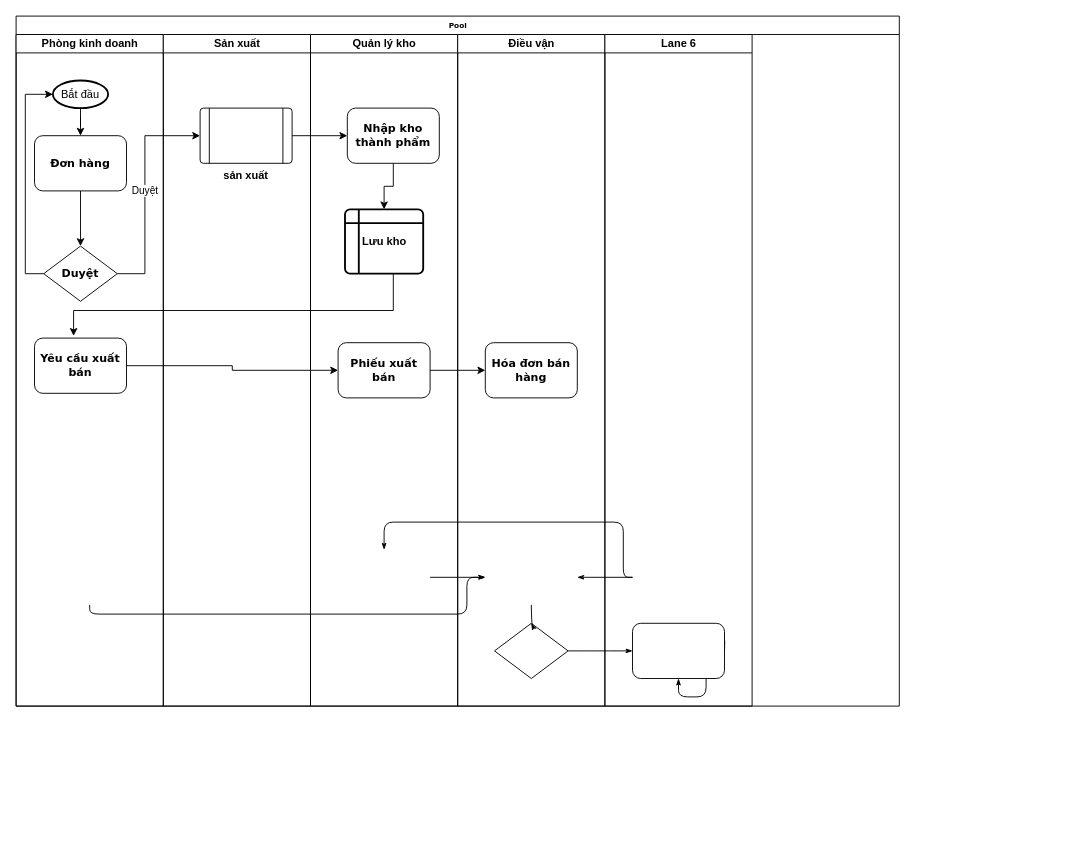
Before: Lothamilk.drawio in SungPN/Diagram-VRG, a draw.io diagram. Source tidied: cells renumbered, new cells numbered last; positions are measured from the earlier drawing's top-left corner, leaving out a move shared by most shapes. Both pictures are drawn from the tidied source at 92%, with x=0, y=0 at pixel (16, 16).
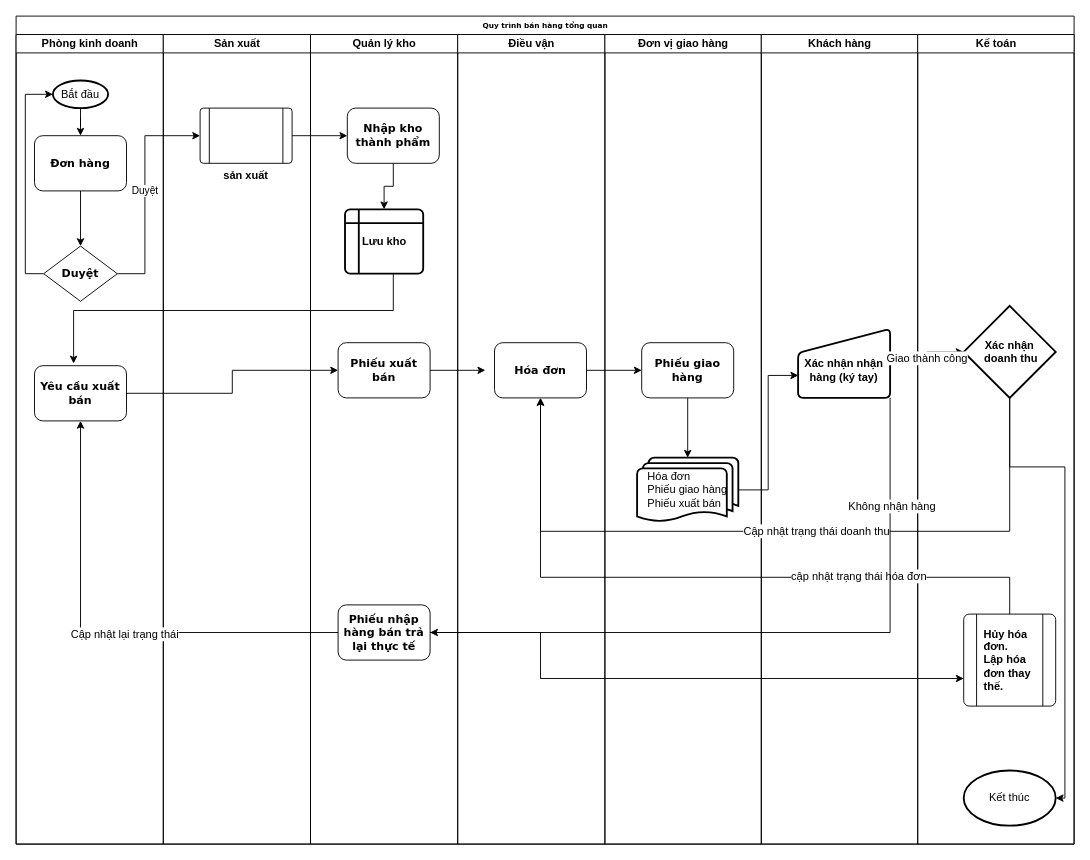
The same page after the edit.

Unchanged cells that the change refers to:
```xml
<mxCell id="22" value="&lt;b&gt;&lt;font style=&quot;font-size: 12px;&quot;&gt;Phiếu xuất bán&lt;/font&gt;&lt;/b&gt;" style="rounded=1;whiteSpace=wrap;html=1;shadow=0;labelBackgroundColor=none;strokeWidth=1;fontFamily=Verdana;fontSize=8;align=center;" parent="19" vertex="1">
  <mxGeometry x="30" y="335" width="100" height="60" as="geometry" />
</mxCell>
```

Diff of the diagram source:
```diff
@@
-    <mxCell id="2" value="Pool" style="swimlane;html=1;startSize=20;rounded=0;shadow=0;labelBackgroundColor=none;strokeWidth=1;fontFamily=Verdana;fontSize=8;align=center;" parent="1" vertex="1">
-      <mxGeometry width="960" height="750" as="geometry" />
+    <mxCell id="2" value="Quy trình bán hàng tổng quan" style="swimlane;html=1;startSize=20;rounded=0;shadow=0;labelBackgroundColor=none;strokeWidth=1;fontFamily=Verdana;fontSize=8;align=center;" parent="1" vertex="1">
+      <mxGeometry width="1150" height="900" as="geometry" />
     </mxCell>
     <mxCell id="3" value="Phòng kinh doanh" style="swimlane;html=1;startSize=20;" parent="2" vertex="1">
-      <mxGeometry y="20" width="160" height="730" as="geometry" />
+      <mxGeometry y="20" width="160" height="880" as="geometry" />
     </mxCell>
@@
     <mxCell id="10" value="&lt;font style=&quot;font-size: 12px;&quot;&gt;Yêu cầu xuất bán&lt;/font&gt;" style="rounded=1;whiteSpace=wrap;html=1;shadow=0;labelBackgroundColor=none;strokeWidth=1;fontFamily=Verdana;fontSize=8;align=center;fontStyle=1;" parent="3" vertex="1">
-      <mxGeometry x="20" y="330" width="100" height="60" as="geometry" />
+      <mxGeometry x="20" y="360" width="100" height="60" as="geometry" />
     </mxCell>
-    <mxCell id="11" style="edgeStyle=orthogonalEdgeStyle;rounded=1;html=1;labelBackgroundColor=none;startArrow=none;startFill=0;startSize=5;endArrow=classicThin;endFill=1;endSize=5;jettySize=auto;strokeWidth=1;fontFamily=Verdana;fontSize=8;" parent="2" edge="1" source="25">
-      <mxGeometry relative="1" as="geometry">
-        <mxPoint x="670" y="690" as="targetPoint" />
-      </mxGeometry>
-    </mxCell>
-    <mxCell id="12" style="edgeStyle=orthogonalEdgeStyle;rounded=1;html=1;labelBackgroundColor=none;startArrow=none;startFill=0;startSize=5;endArrow=classicThin;endFill=1;endSize=5;jettySize=auto;strokeWidth=1;fontFamily=Verdana;fontSize=8;" parent="2" edge="1" target="29">
-      <mxGeometry relative="1" as="geometry">
-        <mxPoint x="770" y="690" as="sourcePoint" />
-      </mxGeometry>
-    </mxCell>
-    <mxCell id="13" style="edgeStyle=orthogonalEdgeStyle;rounded=1;html=1;labelBackgroundColor=none;startArrow=none;startFill=0;startSize=5;endArrow=classicThin;endFill=1;endSize=5;jettySize=auto;orthogonalLoop=1;strokeWidth=1;fontFamily=Verdana;fontSize=8;" parent="2" edge="1">
-      <mxGeometry relative="1" as="geometry">
-        <mxPoint x="670" y="610" as="sourcePoint" />
-        <mxPoint x="400" y="580" as="targetPoint" />
-        <Array as="points">
-          <mxPoint x="660" y="610" />
-          <mxPoint x="660" y="550" />
-          <mxPoint x="400" y="550" />
-        </Array>
-      </mxGeometry>
-    </mxCell>
-    <mxCell id="14" style="edgeStyle=orthogonalEdgeStyle;rounded=1;html=1;labelBackgroundColor=none;startArrow=none;startFill=0;startSize=5;endArrow=classicThin;endFill=1;endSize=5;jettySize=auto;orthogonalLoop=1;strokeColor=#000000;strokeWidth=1;fontFamily=Verdana;fontSize=8;fontColor=#000000;" parent="2" edge="1">
-      <mxGeometry relative="1" as="geometry">
-        <mxPoint x="670" y="610" as="sourcePoint" />
-        <mxPoint x="610" y="610" as="targetPoint" />
-      </mxGeometry>
-    </mxCell>
-    <mxCell id="15" style="edgeStyle=orthogonalEdgeStyle;rounded=1;html=1;labelBackgroundColor=none;startArrow=none;startFill=0;startSize=5;endArrow=classicThin;endFill=1;endSize=5;jettySize=auto;orthogonalLoop=1;strokeWidth=1;fontFamily=Verdana;fontSize=8;" parent="2" edge="1">
-      <mxGeometry relative="1" as="geometry">
-        <mxPoint x="80" y="640" as="sourcePoint" />
-        <mxPoint x="510" y="610" as="targetPoint" />
-        <Array as="points">
-          <mxPoint x="80" y="650" />
-          <mxPoint x="490" y="650" />
-          <mxPoint x="490" y="610" />
-        </Array>
-      </mxGeometry>
-    </mxCell>
-    <mxCell id="16" style="edgeStyle=orthogonalEdgeStyle;rounded=1;html=1;labelBackgroundColor=none;startArrow=none;startFill=0;startSize=5;endArrow=classicThin;endFill=1;endSize=5;jettySize=auto;orthogonalLoop=1;strokeWidth=1;fontFamily=Verdana;fontSize=8;" parent="2" edge="1">
-      <mxGeometry relative="1" as="geometry">
-        <mxPoint x="450" y="610" as="sourcePoint" />
-        <mxPoint x="510" y="610" as="targetPoint" />
-      </mxGeometry>
-    </mxCell>
     <mxCell id="17" value="Sản xuất" style="swimlane;html=1;startSize=20;" parent="2" vertex="1">
-      <mxGeometry x="160" y="20" width="160" height="730" as="geometry" />
+      <mxGeometry x="160" y="20" width="160" height="880" as="geometry" />
     </mxCell>
@@
     <mxCell id="19" value="Quản lý kho" style="swimlane;html=1;startSize=20;" parent="2" vertex="1">
-      <mxGeometry x="320" y="20" width="160" height="730" as="geometry" />
+      <mxGeometry x="320" y="20" width="160" height="880" as="geometry" />
     </mxCell>
@@
-    <mxCell id="24" value="Điều vận" style="swimlane;html=1;startSize=20;" parent="2" vertex="1">
-      <mxGeometry x="480" y="20" width="160" height="730" as="geometry" />
-    </mxCell>
-    <mxCell id="25" style="rhombus;whiteSpace=wrap;html=1;rounded=0;shadow=0;labelBackgroundColor=none;strokeWidth=1;fontFamily=Verdana;fontSize=8;align=center;" parent="24" vertex="1">
-      <mxGeometry x="40" y="640" width="80" height="60" as="geometry" />
-    </mxCell>
-    <mxCell id="26" style="edgeStyle=orthogonalEdgeStyle;rounded=1;html=1;labelBackgroundColor=none;startArrow=none;startFill=0;startSize=5;endArrow=classicThin;endFill=1;endSize=5;jettySize=auto;strokeWidth=1;fontFamily=Verdana;fontSize=8;" parent="24" edge="1" target="25">
-      <mxGeometry relative="1" as="geometry">
-        <mxPoint x="80" y="620" as="sourcePoint" />
-      </mxGeometry>
-    </mxCell>
-    <mxCell id="27" value="&lt;font style=&quot;font-size: 12px;&quot;&gt;Hóa đơn bán hàng&lt;/font&gt;" style="rounded=1;whiteSpace=wrap;html=1;shadow=0;labelBackgroundColor=none;strokeWidth=1;fontFamily=Verdana;fontSize=8;align=center;fontStyle=1;" parent="24" vertex="1">
-      <mxGeometry x="30" y="335" width="100" height="60" as="geometry" />
-    </mxCell>
+    <mxCell id="35" value="&lt;span style=&quot;font-size: 12px;&quot;&gt;Phiếu nhập hàng bán trả lại thực tế&lt;/span&gt;" style="rounded=1;whiteSpace=wrap;html=1;shadow=0;labelBackgroundColor=none;strokeWidth=1;fontFamily=Verdana;fontSize=8;align=center;fontStyle=1;" parent="19" vertex="1">
+      <mxGeometry x="30" y="620" width="100" height="60" as="geometry" />
+    </mxCell>
-    <mxCell id="28" value="Lane 6" style="swimlane;html=1;startSize=20;" parent="2" vertex="1">
-      <mxGeometry x="640" y="20" width="160" height="730" as="geometry" />
+    <mxCell id="28" value="Điều vận" style="swimlane;html=1;startSize=20;" parent="2" vertex="1">
+      <mxGeometry x="480" y="20" width="160" height="880" as="geometry" />
     </mxCell>
-    <mxCell id="29" style="rounded=1;whiteSpace=wrap;html=1;shadow=0;labelBackgroundColor=none;strokeWidth=1;fontFamily=Verdana;fontSize=8;align=center;" parent="28" vertex="1">
-      <mxGeometry x="30" y="640" width="100" height="60" as="geometry" />
+    <mxCell id="29" value="&lt;span style=&quot;font-size: 12px;&quot;&gt;Hóa đơn&lt;/span&gt;" style="rounded=1;whiteSpace=wrap;html=1;shadow=0;labelBackgroundColor=none;strokeWidth=1;fontFamily=Verdana;fontSize=8;align=center;fontStyle=1;" parent="28" vertex="1">
+      <mxGeometry x="40" y="335" width="100" height="60" as="geometry" />
     </mxCell>
@@
-    <mxCell id="33" style="edgeStyle=orthogonalEdgeStyle;rounded=0;jettySize=auto;html=1;fontSize=12;" parent="2" edge="1" source="22" target="27">
-      <mxGeometry relative="1" as="geometry" />
+    <mxCell id="33" style="edgeStyle=orthogonalEdgeStyle;rounded=0;jettySize=auto;html=1;fontSize=12;" parent="2" edge="1" source="22">
+      <mxGeometry relative="1" as="geometry">
+        <mxPoint x="510" y="385" as="targetPoint" />
+      </mxGeometry>
     </mxCell>
@@
+    <mxCell id="36" value="Đơn vị giao hàng" style="swimlane;html=1;startSize=20;" parent="2" vertex="1">
+      <mxGeometry x="640" y="20" width="170" height="880" as="geometry" />
+    </mxCell>
+    <mxCell id="37" style="edgeStyle=orthogonalEdgeStyle;rounded=0;jettySize=auto;html=1;fontSize=12;" parent="36" edge="1" source="38" target="39">
+      <mxGeometry relative="1" as="geometry" />
+    </mxCell>
+    <mxCell id="38" value="&lt;font style=&quot;font-size: 12px;&quot;&gt;Phiếu giao hàng&lt;/font&gt;" style="rounded=1;whiteSpace=wrap;html=1;shadow=0;labelBackgroundColor=none;strokeWidth=1;fontFamily=Verdana;fontSize=8;align=center;fontStyle=1;" parent="36" vertex="1">
+      <mxGeometry x="40" y="335" width="100" height="60" as="geometry" />
+    </mxCell>
+    <mxCell id="39" value="&lt;div style=&quot;text-align: left;&quot;&gt;&lt;span style=&quot;background-color: initial;&quot;&gt;Hóa đơn&lt;/span&gt;&lt;/div&gt;&lt;div style=&quot;text-align: left;&quot;&gt;&lt;span style=&quot;background-color: initial;&quot;&gt;Phiếu giao hàng&lt;/span&gt;&lt;/div&gt;&lt;div style=&quot;text-align: left;&quot;&gt;&lt;span style=&quot;background-color: initial;&quot;&gt;Phiếu xuất bán&lt;/span&gt;&lt;/div&gt;" style="strokeWidth=2;html=1;shape=mxgraph.flowchart.multi-document;whiteSpace=wrap;fontSize=12;" parent="36" vertex="1">
+      <mxGeometry x="35" y="460" width="110" height="70" as="geometry" />
+    </mxCell>
+    <mxCell id="40" style="edgeStyle=orthogonalEdgeStyle;rounded=0;jettySize=auto;html=1;entryX=0;entryY=0.5;entryDx=0;entryDy=0;fontSize=12;" parent="2" edge="1" source="29" target="38">
+      <mxGeometry relative="1" as="geometry" />
+    </mxCell>
+    <mxCell id="41" value="Khách hàng" style="swimlane;html=1;startSize=20;" parent="2" vertex="1">
+      <mxGeometry x="810" y="20" width="170" height="880" as="geometry" />
+    </mxCell>
+    <mxCell id="42" value="&lt;br&gt;Xác nhận nhận hàng (ký tay)" style="html=1;strokeWidth=2;shape=manualInput;whiteSpace=wrap;rounded=1;size=26;arcSize=11;fontSize=12;fontStyle=1;" parent="41" vertex="1">
+      <mxGeometry x="40" y="320" width="100" height="75" as="geometry" />
+    </mxCell>
+    <mxCell id="43" value="Kế toán" style="swimlane;html=1;startSize=20;" parent="2" vertex="1">
+      <mxGeometry x="980" y="20" width="170" height="880" as="geometry" />
+    </mxCell>
+    <mxCell id="44" value="&lt;b&gt;&lt;font style=&quot;font-size: 12px;&quot;&gt;Xác nhận&lt;br&gt;&amp;nbsp;doanh thu&lt;/font&gt;&lt;/b&gt;" style="strokeWidth=2;html=1;shape=mxgraph.flowchart.decision;whiteSpace=wrap;fontSize=12;" parent="43" vertex="1">
+      <mxGeometry x="50" y="295" width="100" height="100" as="geometry" />
+    </mxCell>
+    <mxCell id="45" style="verticalLabelPosition=bottom;verticalAlign=top;html=1;shape=process;whiteSpace=wrap;rounded=1;size=0.14;arcSize=6;fontSize=12;" parent="43" vertex="1">
+      <mxGeometry x="50" y="630" width="100" height="100" as="geometry" />
+    </mxCell>
+    <mxCell id="46" value="&lt;font style=&quot;font-size: 12px;&quot;&gt;&lt;b&gt;Hủy hóa đơn.&lt;br&gt;Lập hóa đơn thay thế.&lt;/b&gt;&lt;/font&gt;" style="text;html=1;strokeColor=none;fillColor=none;align=left;verticalAlign=middle;whiteSpace=wrap;rounded=0;fontSize=12;" parent="43" vertex="1">
+      <mxGeometry x="70" y="665" width="70" height="30" as="geometry" />
+    </mxCell>
+    <mxCell id="47" value="Kết thúc" style="strokeWidth=2;html=1;shape=mxgraph.flowchart.start_1;whiteSpace=wrap;fontSize=12;" parent="43" vertex="1">
+      <mxGeometry x="50" y="800" width="100" height="60" as="geometry" />
+    </mxCell>
+    <mxCell id="48" style="edgeStyle=orthogonalEdgeStyle;rounded=0;jettySize=auto;html=1;fontSize=12;exitX=0.5;exitY=1;exitDx=0;exitDy=0;exitPerimeter=0;" parent="43" edge="1" source="44" target="47">
+      <mxGeometry relative="1" as="geometry">
+        <Array as="points">
+          <mxPoint x="100" y="470" />
+          <mxPoint x="160" y="470" />
+          <mxPoint x="160" y="830" />
+        </Array>
+      </mxGeometry>
+    </mxCell>
+    <mxCell id="49" style="edgeStyle=orthogonalEdgeStyle;rounded=0;jettySize=auto;html=1;entryX=0.002;entryY=0.674;entryDx=0;entryDy=0;entryPerimeter=0;fontSize=12;" parent="2" edge="1" source="39" target="42">
+      <mxGeometry relative="1" as="geometry" />
+    </mxCell>
+    <mxCell id="50" value="Giao thành công" style="edgeStyle=orthogonalEdgeStyle;rounded=0;jettySize=auto;html=1;entryX=0;entryY=0.5;entryDx=0;entryDy=0;entryPerimeter=0;fontSize=12;" parent="2" edge="1" source="42" target="44">
+      <mxGeometry relative="1" as="geometry" />
+    </mxCell>
+    <mxCell id="51" style="edgeStyle=orthogonalEdgeStyle;rounded=0;jettySize=auto;html=1;entryX=0.5;entryY=1;entryDx=0;entryDy=0;fontSize=12;exitX=0.5;exitY=1;exitDx=0;exitDy=0;exitPerimeter=0;" parent="2" edge="1" source="44" target="29">
+      <mxGeometry relative="1" as="geometry">
+        <Array as="points">
+          <mxPoint x="1080" y="560" />
+          <mxPoint x="570" y="560" />
+        </Array>
+      </mxGeometry>
+    </mxCell>
+    <mxCell id="52" value="Cập nhật trạng thái doanh thu" style="edgeLabel;html=1;align=center;verticalAlign=middle;fontSize=12;" parent="51" vertex="1">
+      <mxGeometry x="-0.11" y="-1" relative="1" as="geometry" />
+    </mxCell>
+    <mxCell id="53" style="edgeStyle=orthogonalEdgeStyle;rounded=0;jettySize=auto;html=1;fontSize=12;" parent="2" edge="1" source="35">
+      <mxGeometry relative="1" as="geometry">
+        <mxPoint x="1030" y="720" as="targetPoint" />
+        <Array as="points">
+          <mxPoint x="570" y="670" />
+        </Array>
+      </mxGeometry>
+    </mxCell>
+    <mxCell id="54" style="edgeStyle=orthogonalEdgeStyle;rounded=0;jettySize=auto;html=1;fontSize=12;" parent="2" edge="1" source="45" target="29">
+      <mxGeometry relative="1" as="geometry">
+        <Array as="points">
+          <mxPoint x="1080" y="610" />
+          <mxPoint x="570" y="610" />
+        </Array>
+      </mxGeometry>
+    </mxCell>
+    <mxCell id="55" value="cập nhật trạng thái hóa đơn" style="edgeLabel;html=1;align=center;verticalAlign=middle;fontSize=12;" parent="54" vertex="1">
+      <mxGeometry x="-0.45" y="-2" relative="1" as="geometry" />
+    </mxCell>
+    <mxCell id="56" style="edgeStyle=orthogonalEdgeStyle;rounded=0;jettySize=auto;html=1;entryX=1;entryY=0.5;entryDx=0;entryDy=0;fontSize=12;" parent="2" edge="1" source="42" target="35">
+      <mxGeometry relative="1" as="geometry">
+        <Array as="points">
+          <mxPoint x="950" y="670" />
+        </Array>
+      </mxGeometry>
+    </mxCell>
+    <mxCell id="57" value="Không nhận hàng" style="edgeLabel;html=1;align=center;verticalAlign=middle;fontSize=12;" parent="56" vertex="1">
+      <mxGeometry x="-0.69" y="1" relative="1" as="geometry" />
+    </mxCell>
+    <mxCell id="58" style="edgeStyle=orthogonalEdgeStyle;rounded=0;jettySize=auto;html=1;fontSize=12;" parent="2" edge="1" source="35" target="10">
+      <mxGeometry relative="1" as="geometry" />
+    </mxCell>
+    <mxCell id="59" value="Cập nhật lại trạng thái" style="edgeLabel;html=1;align=center;verticalAlign=middle;fontSize=12;" parent="58" vertex="1">
+      <mxGeometry x="-0.09" y="1" relative="1" as="geometry" />
+    </mxCell>
```
